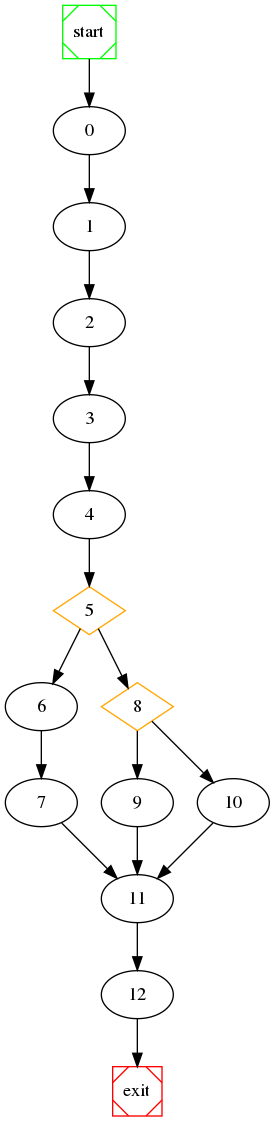
This is wpc/raw_graph.png from NabeelQaiser/BTP_2k18-19, a Graphviz export, as it was before one commit. Its source is kept beside it as wpc/raw_graph.dot.
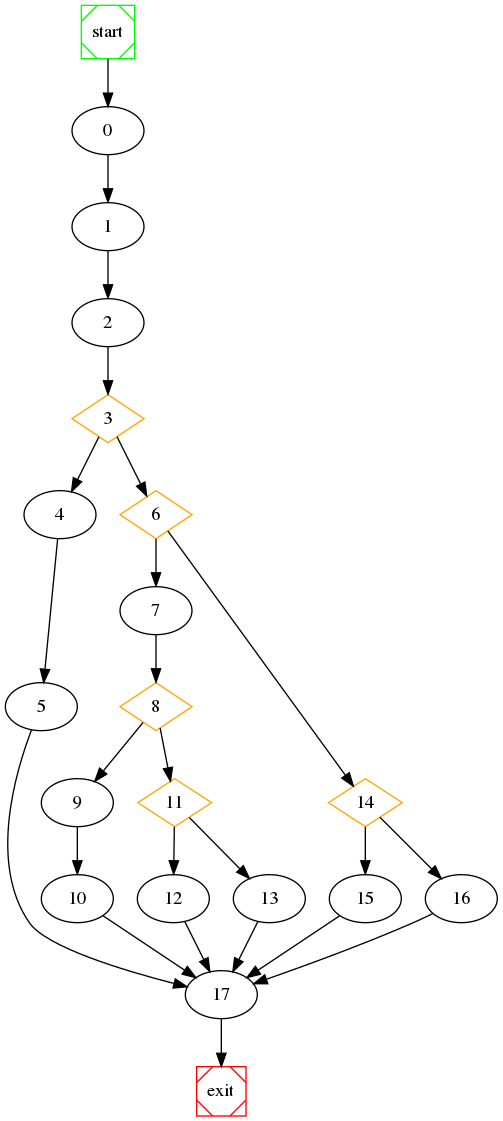
The same diagram one commit later.

What changed in the source:
```diff
@@ -3,21 +3,32 @@
 	start -> 0;
 	0 -> 1 ;
 	1 -> 2 ;
+	3 [shape=diamond, color=orange] ;
+	4 -> 5 ;
+	3 -> 4 ;
+	6 [shape=diamond, color=orange] ;
+	3 -> 6 ;
+	8 [shape=diamond, color=orange] ;
+	9 -> 10 ;
+	8 -> 9 ;
+	11 [shape=diamond, color=orange] ;
+	8 -> 11 ;
+	11 -> 12 ;
+	11 -> 13 ;
+	7 -> 8 ;
+	6 -> 7 ;
+	14 [shape=diamond, color=orange] ;
+	6 -> 14 ;
+	14 -> 15 ;
+	14 -> 16 ;
 	2 -> 3 ;
-	3 -> 4 ;
-	5 [shape=diamond, color=orange] ;
-	6 -> 7 ;
-	5 -> 6 ;
-	8 [shape=diamond, color=orange] ;
-	5 -> 8 ;
-	8 -> 9 ;
-	8 -> 10 ;
-	4 -> 5 ;
-	10 -> 11 ;
-	9 -> 11 ;
-	7 -> 11 ;
-	11 -> 12 ;
-	12 -> exit;
+	16 -> 17 ;
+	15 -> 17 ;
+	10 -> 17 ;
+	13 -> 17 ;
+	5 -> 17 ;
+	12 -> 17 ;
+	17 -> exit;
 
 	start [shape=Msquare, color=green];
 	exit [shape=Msquare, color=red];
```
